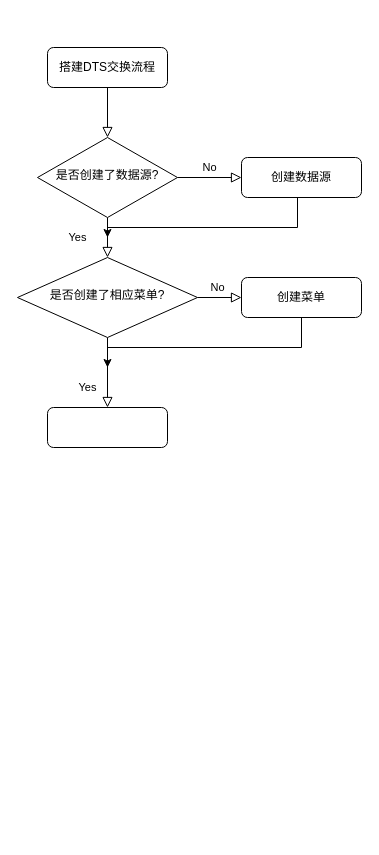
Before: DTS使用手册.assets/创建流程.drawio in byoukinn/sjzl-wiki, a draw.io diagram. Source tidied: cells renumbered, new cells numbered last; positions are measured from the earlier drawing's top-left corner, leaving out a move shared by most shapes. Both pictures are drawn from the tidied source at 100%, with x=0, y=0 at pixel (17, 47).
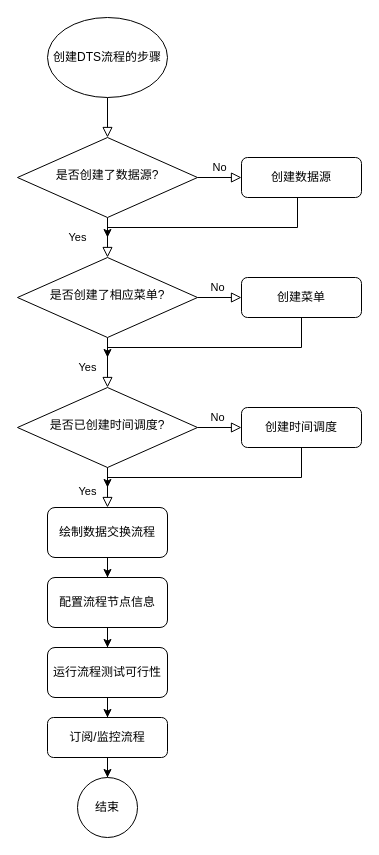
The same page after the edit.

Unchanged cells that the change refers to:
```xml
<mxCell id="11" value="是否创建了相应菜单?" style="rhombus;whiteSpace=wrap;html=1;shadow=0;fontFamily=Helvetica;fontSize=12;align=center;strokeWidth=1;spacing=6;spacingTop=-4;" parent="1" vertex="1">
  <mxGeometry y="210" width="180" height="80" as="geometry" />
</mxCell>
<mxCell id="14" value="创建菜单" style="rounded=1;whiteSpace=wrap;html=1;fontSize=12;glass=0;strokeWidth=1;shadow=0;" parent="1" vertex="1">
  <mxGeometry x="224" y="230" width="120" height="40" as="geometry" />
</mxCell>
```

Change to the diagram source:
```diff
@@
-    <mxCell id="2" style="rounded=0;html=1;jettySize=auto;fontSize=11;endArrow=block;endFill=0;endSize=8;strokeWidth=1;shadow=0;labelBackgroundColor=none;edgeStyle=orthogonalEdgeStyle;" parent="1" edge="1" source="3" target="6">
+    <mxCell id="2" style="rounded=0;html=1;jettySize=auto;fontSize=11;endArrow=block;endFill=0;endSize=8;strokeWidth=1;shadow=0;labelBackgroundColor=none;edgeStyle=orthogonalEdgeStyle;exitX=0.5;exitY=1;exitDx=0;exitDy=0;" parent="1" edge="1" source="20" target="6">
       <mxGeometry relative="1" as="geometry" />
     </mxCell>
-    <mxCell id="3" value="搭建DTS交换流程" style="rounded=1;whiteSpace=wrap;html=1;fontSize=12;glass=0;strokeWidth=1;shadow=0;" parent="1" vertex="1">
-      <mxGeometry x="30" width="120" height="40" as="geometry" />
-    </mxCell>
@@
     <mxCell id="6" value="是否创建了数据源?" style="rhombus;whiteSpace=wrap;html=1;shadow=0;fontFamily=Helvetica;fontSize=12;align=center;strokeWidth=1;spacing=6;spacingTop=-4;" parent="1" vertex="1">
-      <mxGeometry x="20" y="90" width="140" height="80" as="geometry" />
+      <mxGeometry y="90" width="180" height="80" as="geometry" />
     </mxCell>
@@
-    <mxCell id="9" value="Yes" style="rounded=0;html=1;jettySize=auto;fontSize=11;endArrow=block;endFill=0;endSize=8;strokeWidth=1;shadow=0;labelBackgroundColor=none;edgeStyle=orthogonalEdgeStyle;" parent="1" edge="1" source="11" target="12">
-      <mxGeometry x="0.43" y="-20" relative="1" as="geometry" />
+    <mxCell id="9" value="Yes" style="rounded=0;html=1;jettySize=auto;fontSize=11;endArrow=block;endFill=0;endSize=8;strokeWidth=1;shadow=0;labelBackgroundColor=none;edgeStyle=orthogonalEdgeStyle;entryX=0.5;entryY=0;entryDx=0;entryDy=0;" parent="1" edge="1" source="11" target="17">
+      <mxGeometry x="0.2" y="-20" relative="1" as="geometry" />
     </mxCell>
@@
+    <mxCell id="15" style="edgeStyle=orthogonalEdgeStyle;rounded=0;jettySize=auto;html=1;" parent="1" edge="1" source="12" target="22">
+      <mxGeometry relative="1" as="geometry" />
+    </mxCell>
-    <mxCell id="12" style="rounded=1;whiteSpace=wrap;html=1;fontSize=12;glass=0;strokeWidth=1;shadow=0;" parent="1" vertex="1">
-      <mxGeometry x="30" y="360" width="120" height="40" as="geometry" />
+    <mxCell id="12" value="绘制数据交换流程" style="rounded=1;whiteSpace=wrap;html=1;fontSize=12;glass=0;strokeWidth=1;shadow=0;" parent="1" vertex="1">
+      <mxGeometry x="30" y="460" width="120" height="50" as="geometry" />
     </mxCell>
     <mxCell id="13" style="edgeStyle=orthogonalEdgeStyle;rounded=0;jettySize=auto;html=1;" parent="1" edge="1" source="14">
       <mxGeometry relative="1" as="geometry">
-        <mxPoint x="90" y="320" as="targetPoint" />
+        <mxPoint x="90" y="310" as="targetPoint" />
         <Array as="points">
           <mxPoint x="284" y="300" />
           <mxPoint x="90" y="300" />
         </Array>
       </mxGeometry>
     </mxCell>
@@
+    <mxCell id="16" value="No" style="edgeStyle=orthogonalEdgeStyle;rounded=0;html=1;jettySize=auto;fontSize=11;endArrow=block;endFill=0;endSize=8;strokeWidth=1;shadow=0;labelBackgroundColor=none;" parent="1" edge="1" source="17" target="18">
+      <mxGeometry x="-0.09" y="10" relative="1" as="geometry" />
+    </mxCell>
+    <mxCell id="17" value="是否已创建时间调度?" style="rhombus;whiteSpace=wrap;html=1;shadow=0;fontFamily=Helvetica;fontSize=12;align=center;strokeWidth=1;spacing=6;spacingTop=-4;" parent="1" vertex="1">
+      <mxGeometry y="340" width="180" height="80" as="geometry" />
+    </mxCell>
+    <mxCell id="18" value="创建时间调度" style="rounded=1;whiteSpace=wrap;html=1;fontSize=12;glass=0;strokeWidth=1;shadow=0;" parent="1" vertex="1">
+      <mxGeometry x="224" y="360" width="120" height="40" as="geometry" />
+    </mxCell>
+    <mxCell id="19" value="Yes" style="rounded=0;html=1;jettySize=auto;fontSize=11;endArrow=block;endFill=0;endSize=8;strokeWidth=1;shadow=0;labelBackgroundColor=none;edgeStyle=orthogonalEdgeStyle;entryX=0.5;entryY=0;entryDx=0;entryDy=0;exitX=0.5;exitY=1;exitDx=0;exitDy=0;" parent="1" edge="1" source="17" target="12">
+      <mxGeometry x="0.2" y="-20" relative="1" as="geometry" />
+    </mxCell>
+    <mxCell id="20" value="创建DTS流程的步骤" style="ellipse;whiteSpace=wrap;html=1;" parent="1" vertex="1">
+      <mxGeometry x="30" y="-30" width="120" height="80" as="geometry" />
+    </mxCell>
+    <mxCell id="21" style="edgeStyle=orthogonalEdgeStyle;rounded=0;jettySize=auto;html=1;" parent="1" edge="1" source="22" target="24">
+      <mxGeometry relative="1" as="geometry" />
+    </mxCell>
+    <mxCell id="22" value="配置流程节点信息" style="whiteSpace=wrap;html=1;rounded=1;glass=0;strokeWidth=1;shadow=0;" parent="1" vertex="1">
+      <mxGeometry x="30" y="530" width="120" height="50" as="geometry" />
+    </mxCell>
+    <mxCell id="23" style="edgeStyle=orthogonalEdgeStyle;rounded=0;jettySize=auto;html=1;" parent="1" edge="1" source="24" target="26">
+      <mxGeometry relative="1" as="geometry" />
+    </mxCell>
+    <mxCell id="24" value="运行流程测试可行性" style="whiteSpace=wrap;html=1;rounded=1;glass=0;strokeWidth=1;shadow=0;" parent="1" vertex="1">
+      <mxGeometry x="30" y="600" width="120" height="50" as="geometry" />
+    </mxCell>
+    <mxCell id="25" style="edgeStyle=orthogonalEdgeStyle;rounded=0;jettySize=auto;html=1;" parent="1" edge="1" source="26" target="27">
+      <mxGeometry relative="1" as="geometry" />
+    </mxCell>
+    <mxCell id="26" value="订阅/监控流程" style="whiteSpace=wrap;html=1;rounded=1;glass=0;strokeWidth=1;shadow=0;" parent="1" vertex="1">
+      <mxGeometry x="30" y="670" width="120" height="40" as="geometry" />
+    </mxCell>
+    <mxCell id="27" value="结束" style="ellipse;whiteSpace=wrap;html=1;rounded=1;glass=0;strokeWidth=1;shadow=0;" parent="1" vertex="1">
+      <mxGeometry x="60" y="730" width="60" height="60" as="geometry" />
+    </mxCell>
+    <mxCell id="28" style="edgeStyle=orthogonalEdgeStyle;rounded=0;jettySize=auto;html=1;exitX=0.5;exitY=1;exitDx=0;exitDy=0;" parent="1" edge="1" source="18">
+      <mxGeometry relative="1" as="geometry">
+        <mxPoint x="90" y="440" as="targetPoint" />
+        <Array as="points">
+          <mxPoint x="284" y="430" />
+        </Array>
+      </mxGeometry>
+    </mxCell>
```
